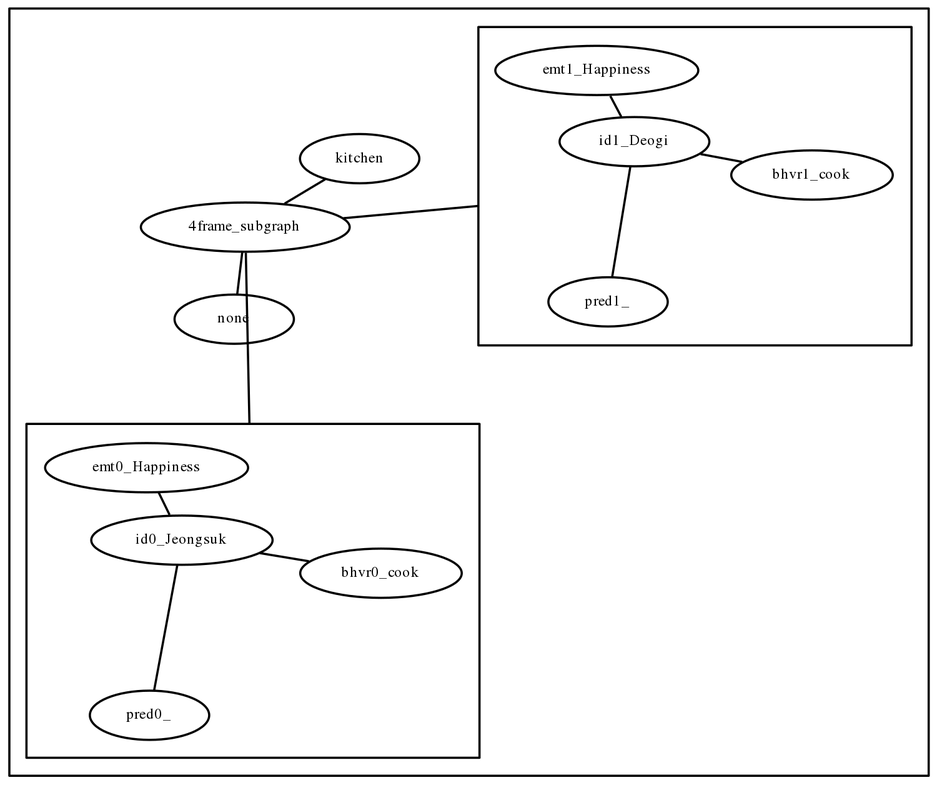
Before: jupyter/fdpclust.gv.png, a diagram exported from Graphviz (ihaeyong/drama-graph). Its source is kept beside it as jupyter/fdpclust.gv.
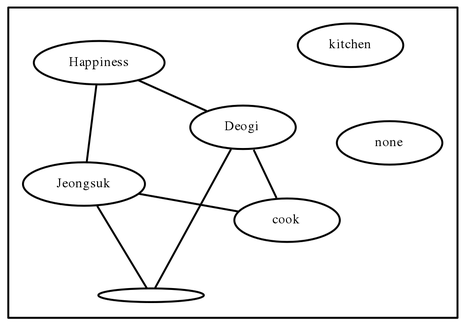
The same diagram one commit later.

Change to the diagram source:
```diff
@@ -2,37 +2,22 @@
 	graph [dpi=300 rankdir=TB rotate=0 size="5,5"]
 	node [fontsize=7 height=0.1]
 	edge [fontsize=7]
-	"4frame_subgraph"
 	subgraph clusterE {
 		kitchen
 		none
-		"4frame_subgraph" -- kitchen
-		"4frame_subgraph" -- none
-		subgraph clusterA {
-			graph [dpi=600 rankdir=TB rotate=0 size=1]
-			node [fontsize=7 height=0.05]
-			edge [fontsize=7]
-			id0_Jeongsuk
-			bhvr0_cook
-			pred0_
-			emt0_Happiness
-			id0_Jeongsuk -- bhvr0_cook
-			id0_Jeongsuk -- pred0_
-			id0_Jeongsuk -- emt0_Happiness
-		}
-		"4frame_subgraph" -- clusterA
-		subgraph clusterB {
-			graph [dpi=600 rankdir=TB rotate=0 size=1]
-			node [fontsize=7 height=0.05]
-			edge [fontsize=7]
-			id1_Deogi
-			bhvr1_cook
-			pred1_
-			emt1_Happiness
-			id1_Deogi -- bhvr1_cook
-			id1_Deogi -- pred1_
-			id1_Deogi -- emt1_Happiness
-		}
-		"4frame_subgraph" -- clusterB
+		Jeongsuk
+		cook
+		""
+		Happiness
+		Jeongsuk -- cook
+		Jeongsuk -- ""
+		Jeongsuk -- Happiness
+		Deogi
+		cook
+		""
+		Happiness
+		Deogi -- cook
+		Deogi -- ""
+		Deogi -- Happiness
 	}
 }
```
